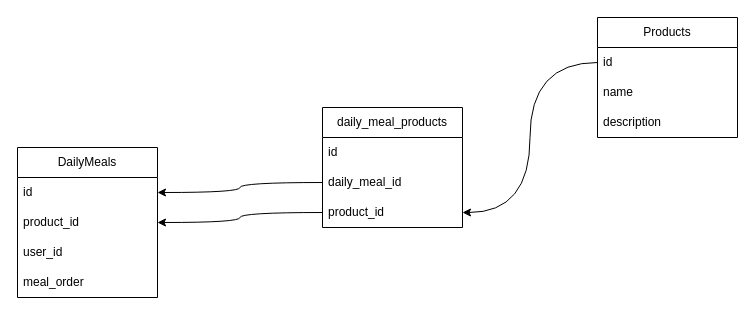
lewenbraun/biostate-backend keeps this draw.io diagram as schemes/db.drawio. Above is the earlier version. Source tidied: cells renumbered, new cells numbered last; positions are measured from the earlier drawing's top-left corner, leaving out a move shared by most shapes. Both pictures are drawn from the tidied source at 100%, with x=0, y=0 at pixel (17, 17).
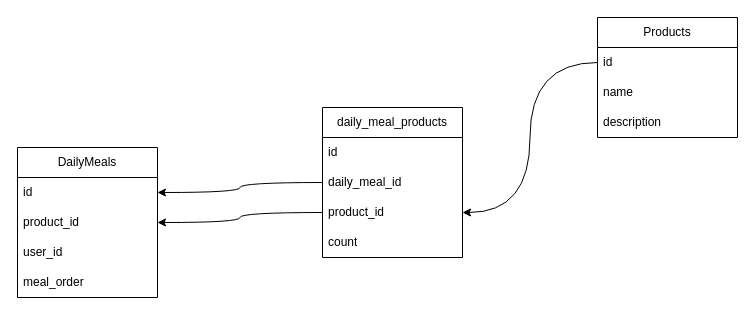
Above is the later version.

The edit, as a diff of the source:
```diff
@@
 <mxGraphModel>
   <root>
     <mxCell id="0" />
     <mxCell id="1" parent="0" />
     <mxCell id="2" value="Products" style="swimlane;fontStyle=0;horizontal=1;startSize=30;whiteSpace=wrap;html=1;" parent="1" vertex="1">
       <mxGeometry x="580" width="140" height="120" as="geometry" />
     </mxCell>
     <mxCell id="3" value="id" style="text;strokeColor=none;fillColor=none;align=left;verticalAlign=middle;spacingLeft=4;spacingRight=4;overflow=hidden;points=[[0,0.5],[1,0.5]];portConstraint=eastwest;whiteSpace=wrap;html=1;" parent="2" vertex="1">
       <mxGeometry y="30" width="140" height="30" as="geometry" />
     </mxCell>
     <mxCell id="4" value="name" style="text;strokeColor=none;fillColor=none;align=left;verticalAlign=middle;spacingLeft=4;spacingRight=4;overflow=hidden;whiteSpace=wrap;html=1;" parent="2" vertex="1">
       <mxGeometry y="60" width="140" height="30" as="geometry" />
     </mxCell>
     <mxCell id="5" value="description" style="text;strokeColor=none;fillColor=none;align=left;verticalAlign=middle;spacingLeft=4;spacingRight=4;overflow=hidden;whiteSpace=wrap;html=1;" parent="2" vertex="1">
       <mxGeometry y="90" width="140" height="30" as="geometry" />
     </mxCell>
     <mxCell id="6" value="DailyMeals" style="swimlane;fontStyle=0;horizontal=1;startSize=30;whiteSpace=wrap;html=1;" parent="1" vertex="1">
       <mxGeometry y="130" width="140" height="150" as="geometry" />
     </mxCell>
     <mxCell id="7" value="id" style="text;strokeColor=none;fillColor=none;align=left;verticalAlign=middle;spacingLeft=4;spacingRight=4;overflow=hidden;points=[[0,0.5],[1,0.5]];portConstraint=eastwest;whiteSpace=wrap;html=1;" parent="6" vertex="1">
       <mxGeometry y="30" width="140" height="30" as="geometry" />
     </mxCell>
     <mxCell id="8" value="product_id" style="text;strokeColor=none;fillColor=none;align=left;verticalAlign=middle;spacingLeft=4;spacingRight=4;overflow=hidden;points=[[0,0.5],[1,0.5]];portConstraint=eastwest;whiteSpace=wrap;html=1;" parent="6" vertex="1">
       <mxGeometry y="60" width="140" height="30" as="geometry" />
     </mxCell>
     <mxCell id="9" value="user_id" style="text;strokeColor=none;fillColor=none;align=left;verticalAlign=middle;spacingLeft=4;spacingRight=4;overflow=hidden;whiteSpace=wrap;html=1;" parent="6" vertex="1">
       <mxGeometry y="90" width="140" height="30" as="geometry" />
     </mxCell>
     <mxCell id="10" value="meal_order" style="text;strokeColor=none;fillColor=none;align=left;verticalAlign=middle;spacingLeft=4;spacingRight=4;overflow=hidden;whiteSpace=wrap;html=1;" parent="6" vertex="1">
       <mxGeometry y="120" width="140" height="30" as="geometry" />
     </mxCell>
     <mxCell id="11" value="daily_meal_products" style="swimlane;fontStyle=0;horizontal=1;startSize=30;whiteSpace=wrap;html=1;" parent="1" vertex="1">
-      <mxGeometry x="305" y="90" width="140" height="120" as="geometry" />
+      <mxGeometry x="305" y="90" width="140" height="150" as="geometry" />
     </mxCell>
     <mxCell id="12" value="id" style="text;strokeColor=none;fillColor=none;align=left;verticalAlign=middle;spacingLeft=4;spacingRight=4;overflow=hidden;whiteSpace=wrap;html=1;" parent="11" vertex="1">
       <mxGeometry y="30" width="140" height="30" as="geometry" />
     </mxCell>
     <mxCell id="13" value="daily_meal_id" style="text;strokeColor=none;fillColor=none;align=left;verticalAlign=middle;spacingLeft=4;spacingRight=4;overflow=hidden;points=[[0,0.5],[1,0.5]];portConstraint=eastwest;whiteSpace=wrap;html=1;" parent="11" vertex="1">
       <mxGeometry y="60" width="140" height="30" as="geometry" />
     </mxCell>
     <mxCell id="14" value="product_id" style="text;strokeColor=none;fillColor=none;align=left;verticalAlign=middle;spacingLeft=4;spacingRight=4;overflow=hidden;points=[[0,0.5],[1,0.5]];portConstraint=eastwest;whiteSpace=wrap;html=1;" parent="11" vertex="1">
       <mxGeometry y="90" width="140" height="30" as="geometry" />
     </mxCell>
+    <mxCell id="18" value="count" style="text;strokeColor=none;fillColor=none;align=left;verticalAlign=middle;spacingLeft=4;spacingRight=4;overflow=hidden;whiteSpace=wrap;html=1;" parent="11" vertex="1">
+      <mxGeometry y="120" width="140" height="30" as="geometry" />
+    </mxCell>
     <mxCell id="15" style="edgeStyle=orthogonalEdgeStyle;curved=1;rounded=0;sketch=0;jumpStyle=none;html=1;exitX=0;exitY=0.5;exitDx=0;exitDy=0;entryX=1;entryY=0.5;entryDx=0;entryDy=0;" parent="1" edge="1" source="3" target="14">
       <mxGeometry relative="1" as="geometry" />
     </mxCell>
     <mxCell id="16" style="edgeStyle=orthogonalEdgeStyle;curved=1;rounded=0;sketch=0;jumpStyle=none;html=1;exitX=0;exitY=0.5;exitDx=0;exitDy=0;entryX=1;entryY=0.5;entryDx=0;entryDy=0;" parent="1" edge="1" source="14" target="8">
       <mxGeometry relative="1" as="geometry" />
     </mxCell>
     <mxCell id="17" style="edgeStyle=orthogonalEdgeStyle;curved=1;rounded=0;sketch=0;jumpStyle=none;html=1;exitX=0;exitY=0.5;exitDx=0;exitDy=0;entryX=1;entryY=0.5;entryDx=0;entryDy=0;" parent="1" edge="1" source="13" target="7">
       <mxGeometry relative="1" as="geometry" />
     </mxCell>
   </root>
 </mxGraphModel>
```
